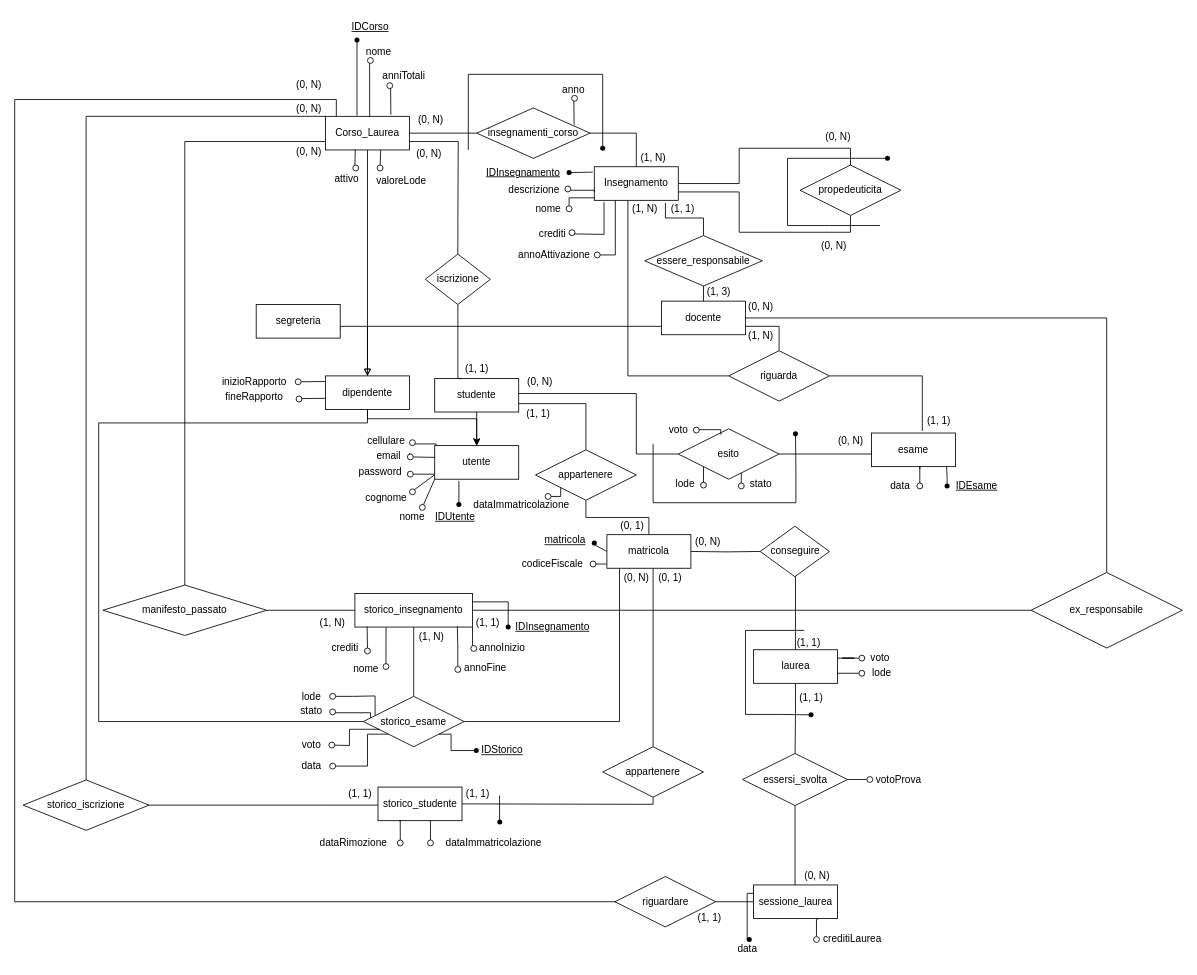
michelebolis/UniversityExamSystem keeps this draw.io diagram as page "ER" (1 of 3) of uni.drawio. Above is the earlier version. Source tidied: cells renumbered, new cells numbered last; positions are measured from the earlier drawing's top-left corner, leaving out a move shared by most shapes. Both pictures are drawn from the tidied source at 84%, with x=0, y=0 at pixel (14, 14).
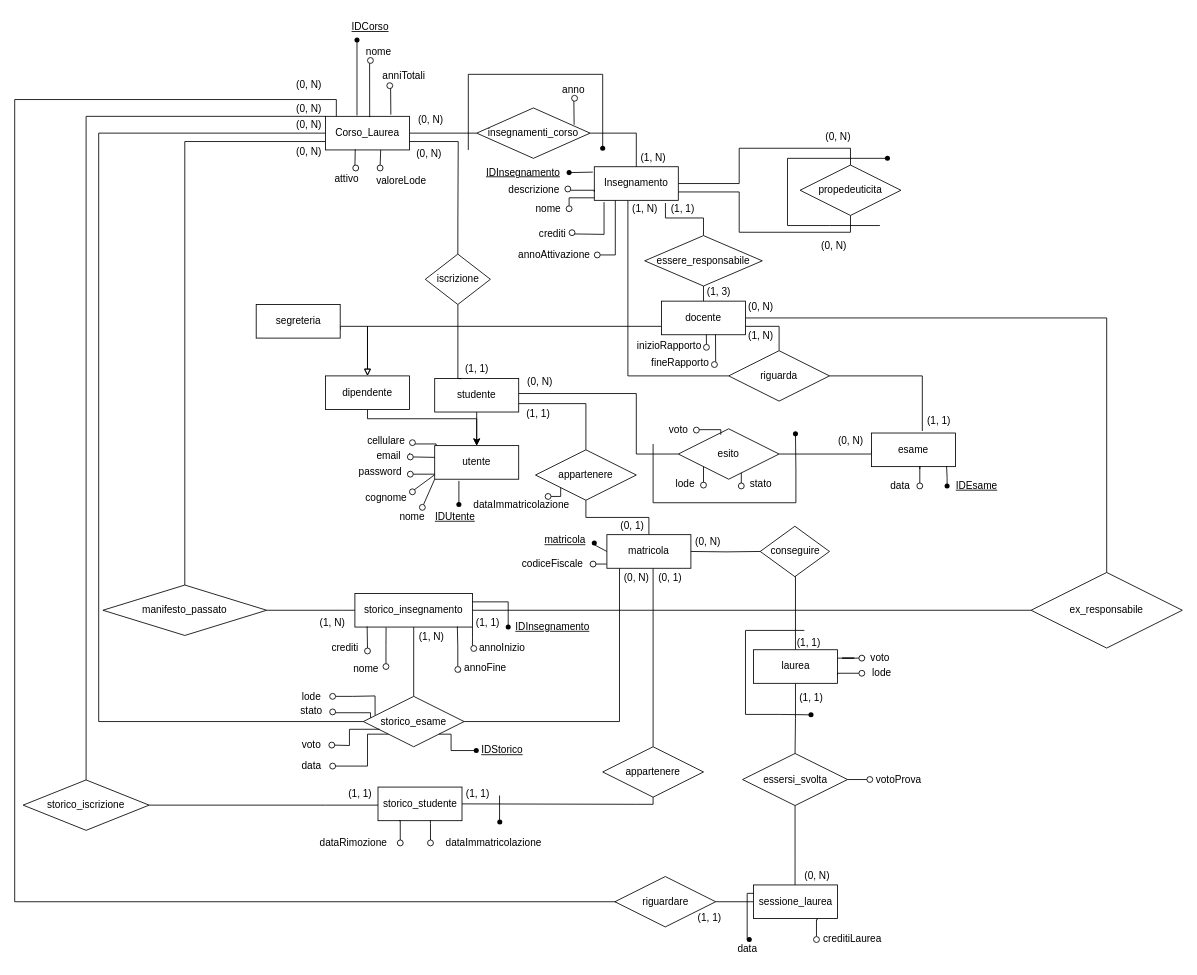
The same page after the edit.

Unchanged cells that the change refers to:
```xml
<mxCell id="10" value="docente" style="whiteSpace=wrap;html=1;align=center;" parent="1" vertex="1">
  <mxGeometry x="770" y="341" width="100" height="40" as="geometry" />
</mxCell>
<mxCell id="17" value="Corso_Laurea" style="whiteSpace=wrap;html=1;align=center;" parent="1" vertex="1">
  <mxGeometry x="370" y="121" width="100" height="40" as="geometry" />
</mxCell>
<mxCell id="68" value="storico_esame" style="shape=rhombus;perimeter=rhombusPerimeter;whiteSpace=wrap;html=1;align=center;" parent="1" vertex="1">
  <mxGeometry x="415" y="811.5" width="120" height="60" as="geometry" />
</mxCell>
```

The edit, as a diff of the source:
```diff
@@
     <mxCell id="16" style="edgeStyle=orthogonalEdgeStyle;rounded=0;jettySize=auto;html=1;entryX=0;entryY=0.5;entryDx=0;entryDy=0;endArrow=none;endFill=0;" parent="1" edge="1" source="17" target="68">
       <mxGeometry relative="1" as="geometry">
         <Array as="points">
-          <mxPoint x="420" y="486" />
-          <mxPoint x="100" y="486" />
-          <mxPoint x="100" y="841" />
+          <mxPoint x="100" y="141" />
+          <mxPoint x="100" y="842" />
         </Array>
       </mxGeometry>
     </mxCell>
@@
     <mxCell id="62" value="inizioRapporto" style="text;html=1;align=center;verticalAlign=middle;points=[];strokeColor=none;fillColor=none;" parent="1" vertex="1">
-      <mxGeometry x="235" y="422" width="100" height="30" as="geometry" />
+      <mxGeometry x="728.5" y="380" width="100" height="30" as="geometry" />
     </mxCell>
     <mxCell id="63" value="fineRapporto" style="text;html=1;align=center;verticalAlign=middle;strokeColor=none;fillColor=none;" parent="1" vertex="1">
-      <mxGeometry x="240" y="440" width="90" height="30" as="geometry" />
+      <mxGeometry x="746.5" y="399.5" width="90" height="30" as="geometry" />
     </mxCell>
@@
-    <mxCell id="86" style="endArrow=none;html=1;rounded=0;" parent="1" edge="1" source="197">
-      <mxGeometry relative="1" as="geometry">
-        <mxPoint x="370" y="436.7" as="targetPoint" />
-      </mxGeometry>
+    <mxCell id="86" style="endArrow=none;html=1;rounded=0;entryX=0.949;entryY=0.022;entryDx=0;entryDy=0;entryPerimeter=0;" parent="1" edge="1" source="197" target="62">
+      <mxGeometry relative="1" as="geometry" />
     </mxCell>
-    <mxCell id="87" style="endArrow=none;html=1;rounded=0;" parent="1" edge="1" source="199">
+    <mxCell id="87" style="endArrow=none;html=1;rounded=0;entryX=0.643;entryY=0.997;entryDx=0;entryDy=0;entryPerimeter=0;" parent="1" edge="1" source="199" target="10">
       <mxGeometry relative="1" as="geometry">
-        <mxPoint x="370" y="456.7" as="targetPoint" />
         <Array as="points">
-          <mxPoint x="340" y="457" />
+          <mxPoint x="834.5" y="416" />
         </Array>
       </mxGeometry>
     </mxCell>
@@
-    <mxCell id="196" style="endArrow=none;html=1;rounded=0;" parent="1" edge="1" target="197">
-      <mxGeometry relative="1" as="geometry">
-        <mxPoint x="335" y="437" as="sourcePoint" />
-      </mxGeometry>
-    </mxCell>
     <mxCell id="197" style="ellipse;whiteSpace=wrap;html=1;" parent="1" vertex="1">
-      <mxGeometry x="334" y="433.5" width="7" height="7" as="geometry" />
+      <mxGeometry x="820" y="392.5" width="7" height="7" as="geometry" />
     </mxCell>
     <mxCell id="198" style="endArrow=none;html=1;rounded=0;" parent="1" edge="1" target="199">
       <mxGeometry relative="1" as="geometry">
-        <mxPoint x="340" y="457" as="sourcePoint" />
+        <mxPoint x="834.5" y="416" as="sourcePoint" />
       </mxGeometry>
     </mxCell>
     <mxCell id="199" style="ellipse;whiteSpace=wrap;html=1;" parent="1" vertex="1">
-      <mxGeometry x="335" y="454" width="7" height="7" as="geometry" />
+      <mxGeometry x="829.5" y="413" width="7" height="7" as="geometry" />
     </mxCell>
@@
+    <mxCell id="259" value="(0, N)" style="text;html=1;align=center;verticalAlign=middle;strokeColor=none;fillColor=none;" parent="1" vertex="1">
+      <mxGeometry x="325" y="116" width="50" height="30" as="geometry" />
+    </mxCell>
```
